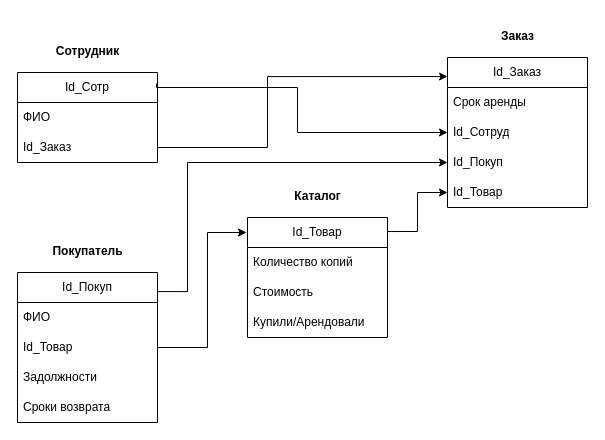
SpaleRud/OPDiagrams keeps this draw.io diagram as IDEF1.drawio. Above is the earlier version. Source tidied: cells renumbered, new cells numbered last; positions are measured from the earlier drawing's top-left corner, leaving out a move shared by most shapes. Both pictures are drawn from the tidied source at 100%, with x=0, y=0 at pixel (17, 17).
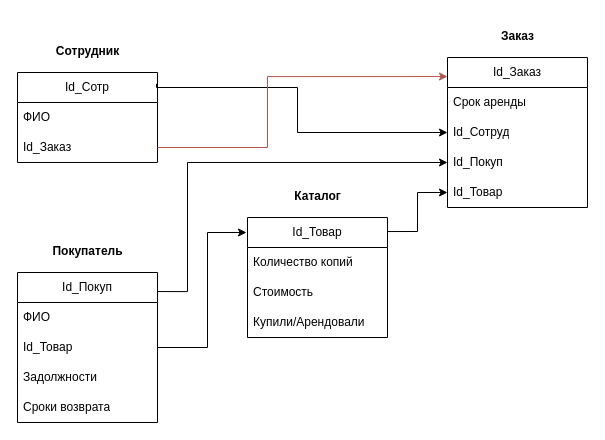
The same page after the edit.

Unchanged cells that the change refers to:
```xml
<mxCell id="5" value="Id_Заказ" style="text;strokeColor=none;fillColor=none;align=left;verticalAlign=middle;spacingLeft=4;spacingRight=4;overflow=hidden;points=[[0,0.5],[1,0.5]];portConstraint=eastwest;whiteSpace=wrap;html=1;" parent="3" vertex="1">
  <mxGeometry y="60" width="140" height="30" as="geometry" />
</mxCell>
<mxCell id="21" value="Id_Заказ" style="swimlane;fontStyle=0;horizontal=1;startSize=30;whiteSpace=wrap;html=1;" parent="20" vertex="1">
  <mxGeometry y="40" width="140" height="150" as="geometry" />
</mxCell>
```

The edit, as a diff of the source:
```diff
@@
-    <mxCell id="31" style="edgeStyle=orthogonalEdgeStyle;rounded=0;jettySize=auto;html=1;entryX=0;entryY=0.127;entryDx=0;entryDy=0;entryPerimeter=0;" parent="1" edge="1" source="5" target="21">
+    <mxCell id="31" style="edgeStyle=orthogonalEdgeStyle;rounded=0;jettySize=auto;html=1;entryX=0;entryY=0.127;entryDx=0;entryDy=0;entryPerimeter=0;fillColor=#f8cecc;strokeColor=#b85450;" parent="1" edge="1" source="5" target="21">
       <mxGeometry relative="1" as="geometry">
         <Array as="points">
           <mxPoint x="250" y="130" />
           <mxPoint x="250" y="59" />
         </Array>
       </mxGeometry>
     </mxCell>
```
